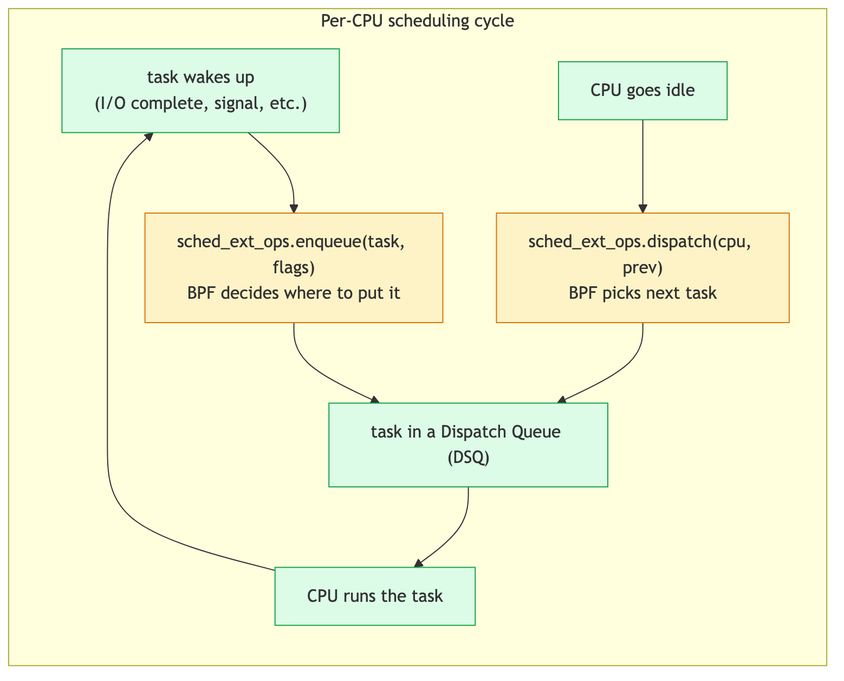
Before: ebpf/src/diagrams/day25_dsq_cycle.png, a diagram exported from Mermaid (biefy/books). Its source is kept beside it as ebpf/src/diagrams/src/day25_dsq_cycle.mmd.
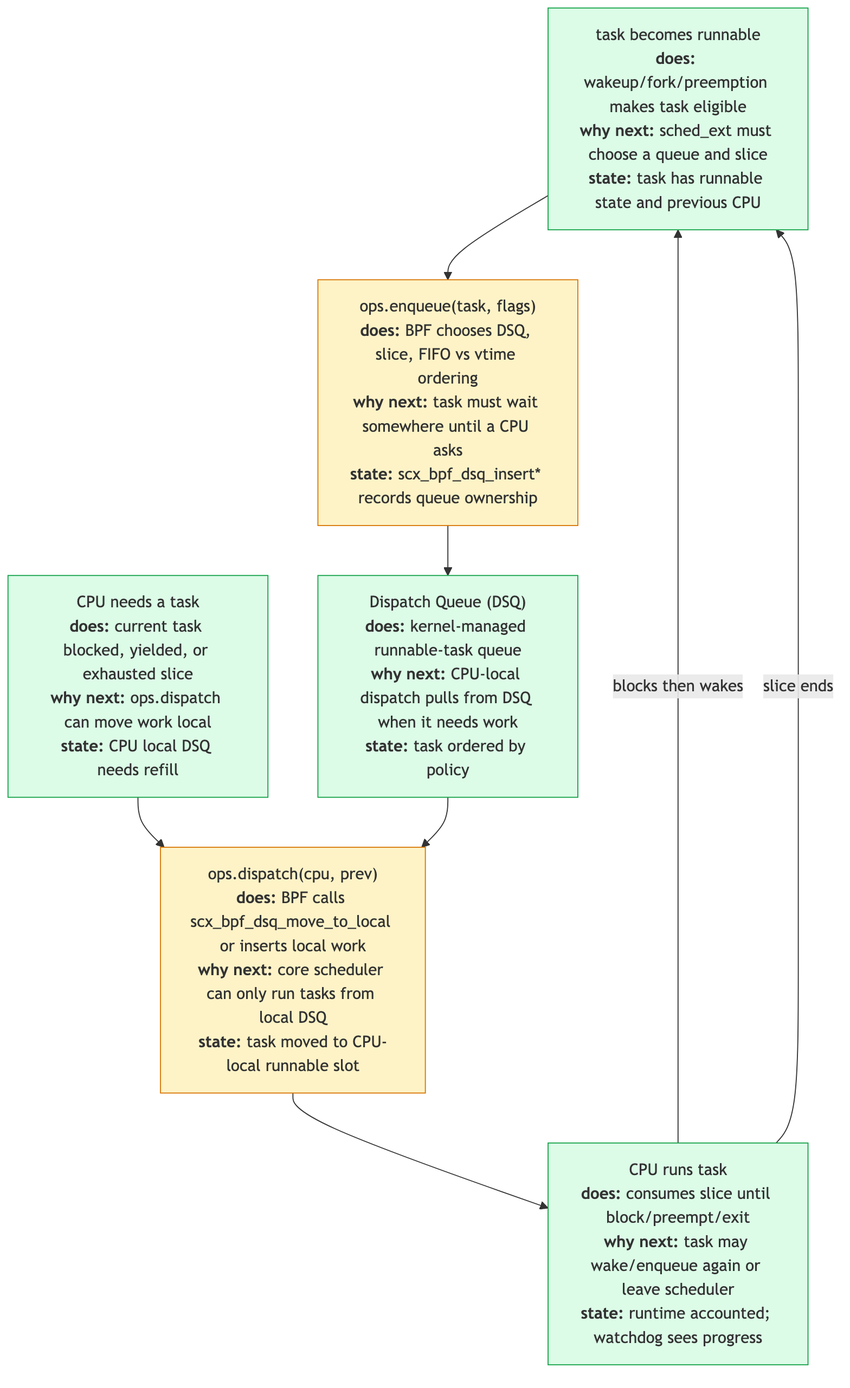
After the commit.

The edit, as a diff of the source:
```diff
@@ -1,18 +1,18 @@
-flowchart LR
-    subgraph Cycle["Per-CPU scheduling cycle"]
-        Wake["task wakes up<br/>(I/O complete, signal, etc.)"]
-        Enq["sched_ext_ops.enqueue(task, flags)<br/>BPF decides where to put it"]
-        DSQ["task in a Dispatch Queue (DSQ)"]
-        CPUIdle["CPU goes idle"]
-        Disp["sched_ext_ops.dispatch(cpu, prev)<br/>BPF picks next task"]
-        Run["CPU runs the task"]
-    end
+flowchart TD
+    Wake["task becomes runnable<br/><b>does:</b> wakeup/fork/preemption makes task eligible<br/><b>why next:</b> sched_ext must choose a queue and slice<br/><b>state:</b> task has runnable state and previous CPU"]
+    Enq["ops.enqueue(task, flags)<br/><b>does:</b> BPF chooses DSQ, slice, FIFO vs vtime ordering<br/><b>why next:</b> task must wait somewhere until a CPU asks<br/><b>state:</b> scx_bpf_dsq_insert* records queue ownership"]
+    DSQ["Dispatch Queue (DSQ)<br/><b>does:</b> kernel-managed runnable-task queue<br/><b>why next:</b> CPU-local dispatch pulls from DSQ when it needs work<br/><b>state:</b> task ordered by policy"]
+    Idle["CPU needs a task<br/><b>does:</b> current task blocked, yielded, or exhausted slice<br/><b>why next:</b> ops.dispatch can move work local<br/><b>state:</b> CPU local DSQ needs refill"]
+    Dispatch["ops.dispatch(cpu, prev)<br/><b>does:</b> BPF calls scx_bpf_dsq_move_to_local or inserts local work<br/><b>why next:</b> core scheduler can only run tasks from local DSQ<br/><b>state:</b> task moved to CPU-local runnable slot"]
+    Run["CPU runs task<br/><b>does:</b> consumes slice until block/preempt/exit<br/><b>why next:</b> task may wake/enqueue again or leave scheduler<br/><b>state:</b> runtime accounted; watchdog sees progress"]
 
     Wake --> Enq --> DSQ
-    CPUIdle --> Disp --> DSQ
-    DSQ --> Run --> Wake
+    Idle --> Dispatch --> Run
+    DSQ --> Dispatch
+    Run -->|blocks then wakes| Wake
+    Run -->|slice ends| Wake
 
     classDef bpf fill:#fef3c7,stroke:#d97706
-    classDef ok fill:#dcfce7,stroke:#16a34a
-    class Enq,Disp bpf
-    class Run,DSQ,Wake,CPUIdle ok
+    classDef state fill:#dcfce7,stroke:#16a34a
+    class Enq,Dispatch bpf
+    class Wake,DSQ,Idle,Run state
```
